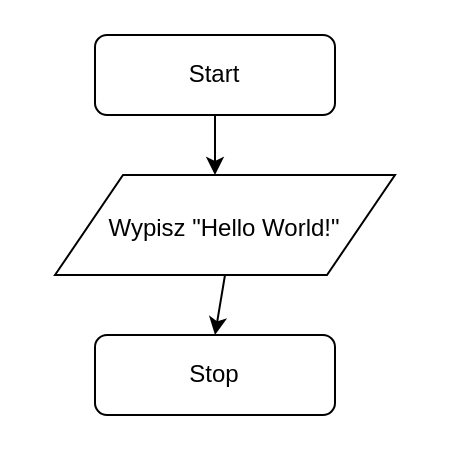
Earlier version of the draw.io diagram C++/Lab03/3.1.drawio (Ark223/Uni-Programming). Source tidied: cells renumbered, new cells numbered last; positions are measured from the earlier drawing's top-left corner, leaving out a move shared by most shapes. Both pictures are drawn from the tidied source at 200%, with x=0, y=0 at pixel (54, 34).
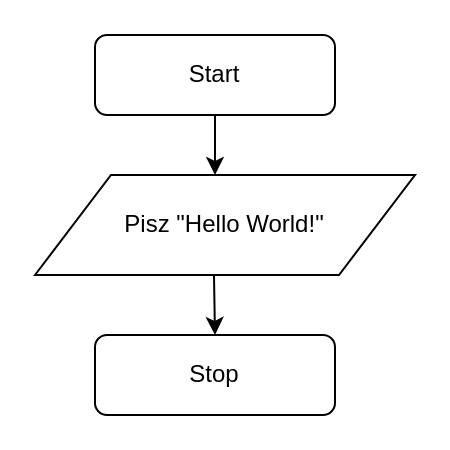
The same diagram, later.

Diff of the diagram source:
```diff
@@
 <mxGraphModel>
   <root>
     <mxCell id="0" />
     <mxCell id="1" parent="0" />
     <mxCell id="2" style="rounded=1;whiteSpace=wrap;html=1;" parent="1" vertex="1">
       <mxGeometry x="20" width="120" height="40" as="geometry" />
     </mxCell>
     <mxCell id="3" value="Start" style="text;html=1;strokeColor=none;fillColor=none;align=center;verticalAlign=middle;whiteSpace=wrap;rounded=0;" parent="1" vertex="1">
       <mxGeometry x="60" y="10" width="40" height="20" as="geometry" />
     </mxCell>
     <mxCell id="4" style="endArrow=classic;html=1;exitX=0.5;exitY=1;exitDx=0;exitDy=0;" parent="1" edge="1" source="2">
       <mxGeometry relative="1" as="geometry">
         <mxPoint x="80" y="70" as="targetPoint" />
       </mxGeometry>
     </mxCell>
     <mxCell id="5" style="shape=parallelogram;perimeter=parallelogramPerimeter;whiteSpace=wrap;html=1;" parent="1" vertex="1">
-      <mxGeometry y="70" width="170" height="50" as="geometry" />
+      <mxGeometry x="-10" y="70" width="190" height="50" as="geometry" />
     </mxCell>
-    <mxCell id="6" value="Wypisz &quot;Hello World!&quot;" style="text;html=1;strokeColor=none;fillColor=none;align=center;verticalAlign=middle;whiteSpace=wrap;rounded=0;" parent="1" vertex="1">
-      <mxGeometry x="20" y="87" width="130" height="20" as="geometry" />
+    <mxCell id="6" value="Pisz &quot;Hello World!&quot;" style="text;html=1;strokeColor=none;fillColor=none;align=center;verticalAlign=middle;whiteSpace=wrap;rounded=0;" parent="1" vertex="1">
+      <mxGeometry x="20" y="85" width="130" height="20" as="geometry" />
     </mxCell>
-    <mxCell id="7" style="endArrow=classic;html=1;exitX=0.5;exitY=1;exitDx=0;exitDy=0;" parent="1" edge="1" source="5">
+    <mxCell id="7" style="endArrow=classic;html=1;exitX=0.471;exitY=1;exitDx=0;exitDy=0;exitPerimeter=0;" parent="1" edge="1" source="5">
       <mxGeometry relative="1" as="geometry">
         <mxPoint x="80" y="150" as="targetPoint" />
       </mxGeometry>
     </mxCell>
     <mxCell id="8" style="rounded=1;whiteSpace=wrap;html=1;" parent="1" vertex="1">
       <mxGeometry x="20" y="150" width="120" height="40" as="geometry" />
     </mxCell>
     <mxCell id="9" value="Stop" style="text;html=1;strokeColor=none;fillColor=none;align=center;verticalAlign=middle;whiteSpace=wrap;rounded=0;" parent="1" vertex="1">
       <mxGeometry x="60" y="160" width="40" height="20" as="geometry" />
     </mxCell>
   </root>
 </mxGraphModel>
```
